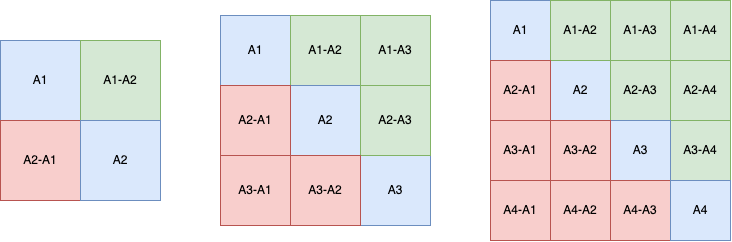
NN4Neurosim/nn4n keeps this draw.io diagram as img/Multi_Area_Transpose.png. Above is the earlier version. Source tidied: cells renumbered, new cells last; positions are measured from the earlier drawing's top-left corner, leaving out a move shared by most shapes.
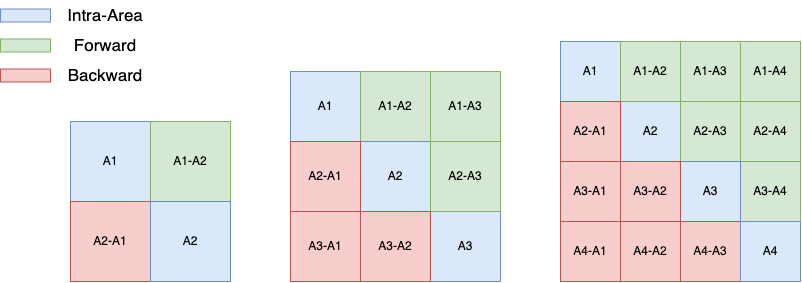
Later version of the same file.

The edit, as a diff of the source:
```diff
@@ -3,49 +3,49 @@
     <mxCell id="0" />
     <mxCell id="1" parent="0" />
     <mxCell id="2" style="whiteSpace=wrap;html=1;" parent="1" vertex="1">
-      <mxGeometry y="40" width="160" height="160" as="geometry" />
+      <mxGeometry y="80" width="160" height="160" as="geometry" />
     </mxCell>
     <mxCell id="3" value="A1" style="whiteSpace=wrap;html=1;fillColor=#dae8fc;strokeColor=#6c8ebf;" parent="1" vertex="1">
-      <mxGeometry y="40" width="80" height="80" as="geometry" />
+      <mxGeometry y="80" width="80" height="80" as="geometry" />
     </mxCell>
     <mxCell id="4" value="A1-A2" style="whiteSpace=wrap;html=1;fillColor=#d5e8d4;strokeColor=#82b366;" parent="1" vertex="1">
-      <mxGeometry x="80" y="40" width="80" height="80" as="geometry" />
+      <mxGeometry x="80" y="80" width="80" height="80" as="geometry" />
     </mxCell>
     <mxCell id="5" value="A2-A1" style="whiteSpace=wrap;html=1;fillColor=#f8cecc;strokeColor=#b85450;" parent="1" vertex="1">
-      <mxGeometry y="120" width="80" height="80" as="geometry" />
+      <mxGeometry y="160" width="80" height="80" as="geometry" />
     </mxCell>
     <mxCell id="6" value="A2" style="whiteSpace=wrap;html=1;fillColor=#dae8fc;strokeColor=#6c8ebf;" parent="1" vertex="1">
-      <mxGeometry x="80" y="120" width="80" height="80" as="geometry" />
+      <mxGeometry x="80" y="160" width="80" height="80" as="geometry" />
     </mxCell>
     <mxCell id="7" style="whiteSpace=wrap;html=1;" parent="1" vertex="1">
-      <mxGeometry x="220" y="15" width="210" height="210" as="geometry" />
+      <mxGeometry x="220" y="30" width="210" height="210" as="geometry" />
     </mxCell>
     <mxCell id="8" value="A1" style="whiteSpace=wrap;html=1;fillColor=#dae8fc;strokeColor=#6c8ebf;" parent="1" vertex="1">
-      <mxGeometry x="220" y="15" width="70" height="70" as="geometry" />
+      <mxGeometry x="220" y="30" width="70" height="70" as="geometry" />
     </mxCell>
     <mxCell id="9" value="A1-A2" style="whiteSpace=wrap;html=1;fillColor=#d5e8d4;strokeColor=#82b366;" parent="1" vertex="1">
-      <mxGeometry x="290" y="15" width="70" height="70" as="geometry" />
+      <mxGeometry x="290" y="30" width="70" height="70" as="geometry" />
     </mxCell>
     <mxCell id="10" value="A2" style="whiteSpace=wrap;html=1;fillColor=#dae8fc;strokeColor=#6c8ebf;" parent="1" vertex="1">
-      <mxGeometry x="290" y="85" width="70" height="70" as="geometry" />
+      <mxGeometry x="290" y="100" width="70" height="70" as="geometry" />
     </mxCell>
     <mxCell id="11" value="A3" style="whiteSpace=wrap;html=1;fillColor=#dae8fc;strokeColor=#6c8ebf;" parent="1" vertex="1">
-      <mxGeometry x="360" y="155" width="70" height="70" as="geometry" />
+      <mxGeometry x="360" y="170" width="70" height="70" as="geometry" />
     </mxCell>
     <mxCell id="12" value="A2-A1" style="whiteSpace=wrap;html=1;fillColor=#f8cecc;strokeColor=#b85450;" parent="1" vertex="1">
-      <mxGeometry x="220" y="85" width="70" height="70" as="geometry" />
+      <mxGeometry x="220" y="100" width="70" height="70" as="geometry" />
     </mxCell>
     <mxCell id="13" value="A2-A3" style="whiteSpace=wrap;html=1;fillColor=#d5e8d4;strokeColor=#82b366;" parent="1" vertex="1">
-      <mxGeometry x="360" y="85" width="70" height="70" as="geometry" />
+      <mxGeometry x="360" y="100" width="70" height="70" as="geometry" />
     </mxCell>
     <mxCell id="14" value="A3-A2" style="whiteSpace=wrap;html=1;fillColor=#f8cecc;strokeColor=#b85450;" parent="1" vertex="1">
-      <mxGeometry x="290" y="155" width="70" height="70" as="geometry" />
+      <mxGeometry x="290" y="170" width="70" height="70" as="geometry" />
     </mxCell>
     <mxCell id="15" value="A3-A1" style="whiteSpace=wrap;html=1;fillColor=#f8cecc;strokeColor=#b85450;" parent="1" vertex="1">
-      <mxGeometry x="220" y="155" width="70" height="70" as="geometry" />
+      <mxGeometry x="220" y="170" width="70" height="70" as="geometry" />
     </mxCell>
     <mxCell id="16" value="A1-A3" style="whiteSpace=wrap;html=1;fillColor=#d5e8d4;strokeColor=#82b366;" parent="1" vertex="1">
-      <mxGeometry x="360" y="15" width="70" height="70" as="geometry" />
+      <mxGeometry x="360" y="30" width="70" height="70" as="geometry" />
     </mxCell>
     <mxCell id="17" style="whiteSpace=wrap;html=1;" parent="1" vertex="1">
       <mxGeometry x="490" width="240" height="240" as="geometry" />
@@ -98,5 +98,23 @@
     <mxCell id="33" value="A4" style="whiteSpace=wrap;html=1;fillColor=#dae8fc;strokeColor=#6c8ebf;" parent="1" vertex="1">
       <mxGeometry x="670" y="180" width="60" height="60" as="geometry" />
     </mxCell>
+    <mxCell id="34" style="rounded=0;whiteSpace=wrap;html=1;fillColor=#dae8fc;strokeColor=#6c8ebf;fontSize=17;" parent="1" vertex="1">
+      <mxGeometry x="-70" y="-32.5" width="50" height="13" as="geometry" />
+    </mxCell>
+    <mxCell id="35" value="Intra-Area" style="text;html=1;strokeColor=none;fillColor=none;align=center;verticalAlign=middle;whiteSpace=wrap;rounded=0;fontSize=17;" parent="1" vertex="1">
+      <mxGeometry x="-20" y="-41" width="110" height="30" as="geometry" />
+    </mxCell>
+    <mxCell id="36" style="rounded=0;whiteSpace=wrap;html=1;fillColor=#d5e8d4;strokeColor=#82b366;fontSize=17;" parent="1" vertex="1">
+      <mxGeometry x="-70" y="-2.5" width="50" height="13" as="geometry" />
+    </mxCell>
+    <mxCell id="37" style="rounded=0;whiteSpace=wrap;html=1;fillColor=#f8cecc;strokeColor=#b85450;fontSize=17;" parent="1" vertex="1">
+      <mxGeometry x="-70" y="27.5" width="50" height="13" as="geometry" />
+    </mxCell>
+    <mxCell id="38" value="Forward" style="text;html=1;strokeColor=none;fillColor=none;align=center;verticalAlign=middle;whiteSpace=wrap;rounded=0;fontSize=17;" parent="1" vertex="1">
+      <mxGeometry x="-20" y="-11" width="110" height="30" as="geometry" />
+    </mxCell>
+    <mxCell id="39" value="Backward" style="text;html=1;strokeColor=none;fillColor=none;align=center;verticalAlign=middle;whiteSpace=wrap;rounded=0;fontSize=17;" parent="1" vertex="1">
+      <mxGeometry x="-20" y="19" width="110" height="30" as="geometry" />
+    </mxCell>
   </root>
 </mxGraphModel>
```
